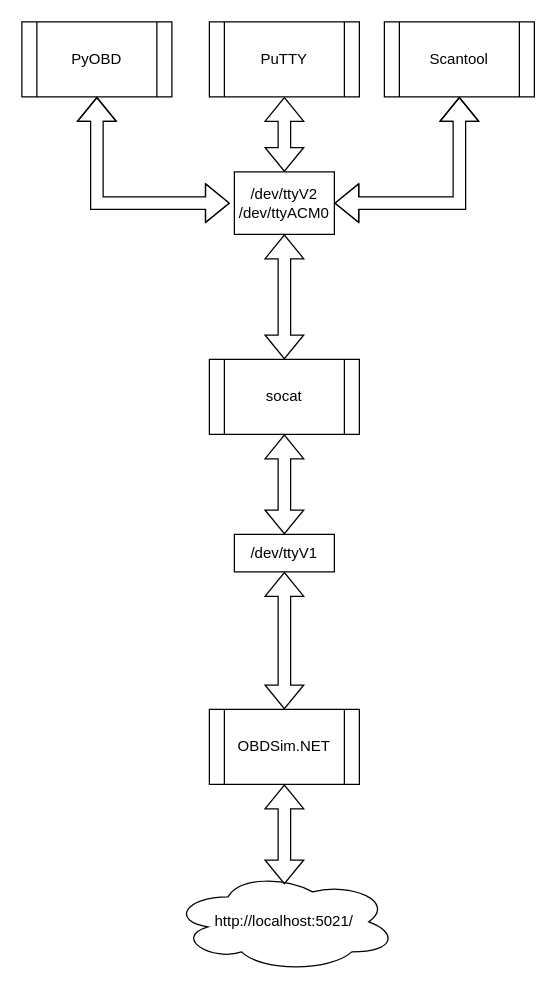
This is media/OBDSim.NET.drawio from TrevorDArcyEvans/OBDSim.NET, a draw.io file, before an edit. Source tidied: cells renumbered, new cells numbered last; positions are measured from the earlier drawing's top-left corner, leaving out a move shared by most shapes. Both pictures are drawn from the tidied source at 125%, with x=0, y=0 at pixel (21, 21).
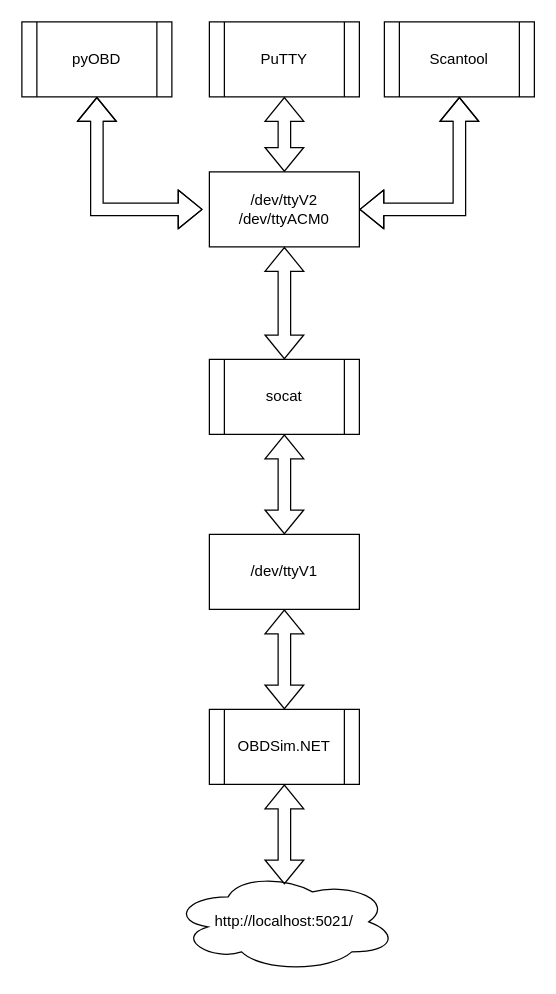
The same page after the edit.

What changed in the source:
```diff
@@
 <mxGraphModel>
   <root>
     <mxCell id="0" />
     <mxCell id="1" parent="0" />
     <mxCell id="2" value="socat" style="shape=process;whiteSpace=wrap;html=1;backgroundOutline=1;" parent="1" vertex="1">
       <mxGeometry x="150" y="270" width="120" height="60" as="geometry" />
     </mxCell>
     <mxCell id="3" value="/dev/ttyV2&lt;div&gt;/dev/ttyACM0&lt;/div&gt;" style="rounded=0;whiteSpace=wrap;html=1;" parent="1" vertex="1">
-      <mxGeometry x="170" y="120" width="80" height="50" as="geometry" />
+      <mxGeometry x="150" y="120" width="120" height="60" as="geometry" />
     </mxCell>
     <mxCell id="4" value="/dev/ttyV1" style="rounded=0;whiteSpace=wrap;html=1;" parent="1" vertex="1">
-      <mxGeometry x="170" y="410" width="80" height="30" as="geometry" />
+      <mxGeometry x="150" y="410" width="120" height="60" as="geometry" />
     </mxCell>
     <mxCell id="5" style="shape=flexArrow;endArrow=classic;startArrow=classic;html=1;rounded=0;entryX=0.5;entryY=0;entryDx=0;entryDy=0;exitX=0.5;exitY=1;exitDx=0;exitDy=0;" parent="1" edge="1" source="3" target="2">
       <mxGeometry relative="1" as="geometry" />
     </mxCell>
     <mxCell id="6" style="shape=flexArrow;endArrow=classic;startArrow=classic;html=1;rounded=0;entryX=0.5;entryY=0;entryDx=0;entryDy=0;exitX=0.5;exitY=1;exitDx=0;exitDy=0;" parent="1" edge="1" source="2" target="4">
       <mxGeometry relative="1" as="geometry" />
     </mxCell>
     <mxCell id="7" value="OBDSim.NET" style="shape=process;whiteSpace=wrap;html=1;backgroundOutline=1;" parent="1" vertex="1">
       <mxGeometry x="150" y="550" width="120" height="60" as="geometry" />
     </mxCell>
     <mxCell id="8" style="shape=flexArrow;endArrow=classic;startArrow=classic;html=1;rounded=0;entryX=0.5;entryY=1;entryDx=0;entryDy=0;exitX=0.5;exitY=0;exitDx=0;exitDy=0;" parent="1" edge="1" source="7" target="4">
       <mxGeometry relative="1" as="geometry" />
     </mxCell>
     <mxCell id="9" value="PuTTY" style="shape=process;whiteSpace=wrap;html=1;backgroundOutline=1;" parent="1" vertex="1">
       <mxGeometry x="150" width="120" height="60" as="geometry" />
     </mxCell>
     <mxCell id="10" style="shape=flexArrow;endArrow=classic;startArrow=classic;html=1;rounded=0;entryX=0.5;entryY=1;entryDx=0;entryDy=0;exitX=0.5;exitY=0;exitDx=0;exitDy=0;" parent="1" edge="1" source="3" target="9">
       <mxGeometry relative="1" as="geometry" />
     </mxCell>
     <mxCell id="11" value="http://localhost:5021/" style="ellipse;shape=cloud;whiteSpace=wrap;html=1;" parent="1" vertex="1">
       <mxGeometry x="120" y="680" width="180" height="80" as="geometry" />
     </mxCell>
     <mxCell id="12" style="shape=flexArrow;endArrow=classic;startArrow=classic;html=1;rounded=0;entryX=0.5;entryY=1;entryDx=0;entryDy=0;exitX=0.5;exitY=0.125;exitDx=0;exitDy=0;exitPerimeter=0;" parent="1" edge="1" source="11" target="7">
       <mxGeometry relative="1" as="geometry" />
     </mxCell>
     <mxCell id="13" value="Scantool" style="shape=process;whiteSpace=wrap;html=1;backgroundOutline=1;" parent="1" vertex="1">
       <mxGeometry x="290" width="120" height="60" as="geometry" />
     </mxCell>
     <mxCell id="14" style="shape=flexArrow;endArrow=classic;startArrow=classic;html=1;rounded=0;entryX=0.5;entryY=1;entryDx=0;entryDy=0;exitX=1;exitY=0.5;exitDx=0;exitDy=0;" parent="1" edge="1" source="3" target="13">
       <mxGeometry relative="1" as="geometry">
         <Array as="points">
-          <mxPoint x="350" y="145" />
+          <mxPoint x="350" y="150" />
         </Array>
       </mxGeometry>
     </mxCell>
-    <mxCell id="15" value="PyOBD" style="shape=process;whiteSpace=wrap;html=1;backgroundOutline=1;" parent="1" vertex="1">
+    <mxCell id="15" value="pyOBD" style="shape=process;whiteSpace=wrap;html=1;backgroundOutline=1;" parent="1" vertex="1">
       <mxGeometry width="120" height="60" as="geometry" />
     </mxCell>
     <mxCell id="16" style="shape=flexArrow;endArrow=classic;startArrow=classic;html=1;rounded=0;entryX=0.5;entryY=1;entryDx=0;entryDy=0;exitX=-0.045;exitY=0.5;exitDx=0;exitDy=0;exitPerimeter=0;" parent="1" edge="1" source="3" target="15">
       <mxGeometry relative="1" as="geometry">
         <Array as="points">
-          <mxPoint x="60" y="145" />
+          <mxPoint x="60" y="150" />
         </Array>
       </mxGeometry>
     </mxCell>
   </root>
 </mxGraphModel>
```
